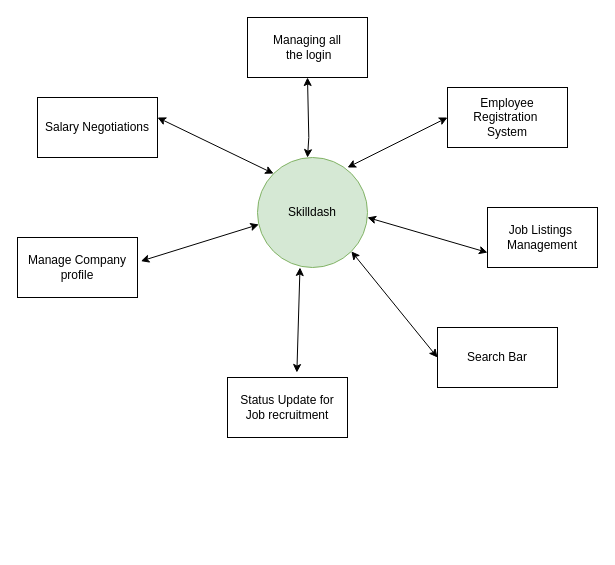
Earlier version of the draw.io diagram Untitled Diagram.drawio (anu581/systemmodeling). Source tidied: cells renumbered, new cells numbered last; positions are measured from the earlier drawing's top-left corner, leaving out a move shared by most shapes. Both pictures are drawn from the tidied source at 100%, with x=0, y=0 at pixel (17, 17).
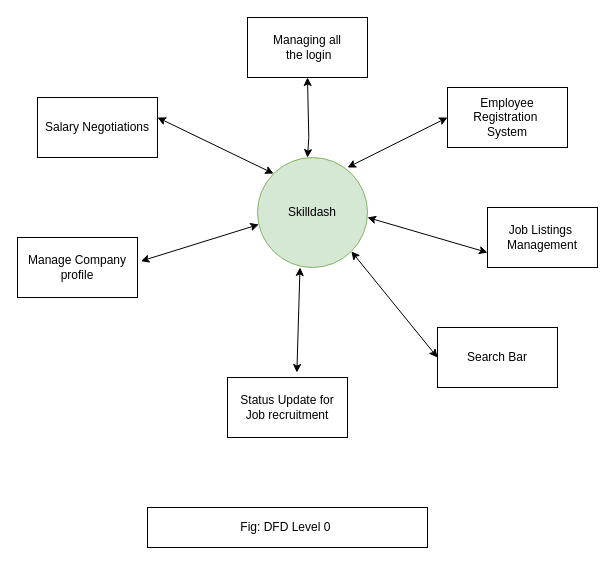
The same page after the edit.

Change to the diagram source:
```diff
@@
+    <mxCell id="17" value="Fig: DFD Level 0&amp;nbsp;" style="rounded=0;whiteSpace=wrap;html=1;" parent="1" vertex="1">
+      <mxGeometry x="130" y="490" width="280" height="40" as="geometry" />
+    </mxCell>
```
